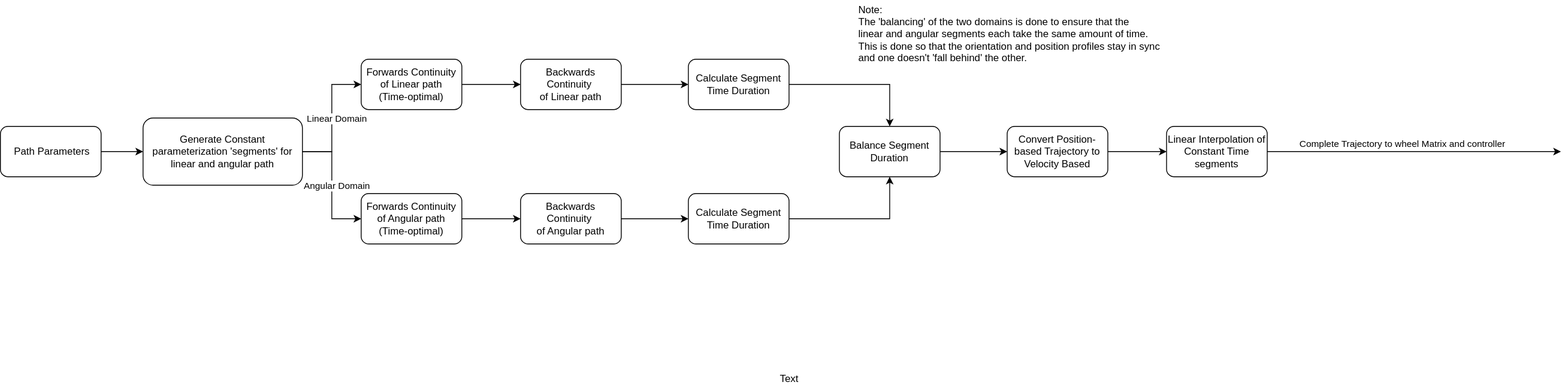
Above: docs/images/TrajectoryPlanner.svg in UBC-Thunderbots/Software (draw.io), before the change. Source tidied: cells renumbered, new cells last; positions are measured from the earlier drawing's top-left corner, leaving out a move shared by most shapes.
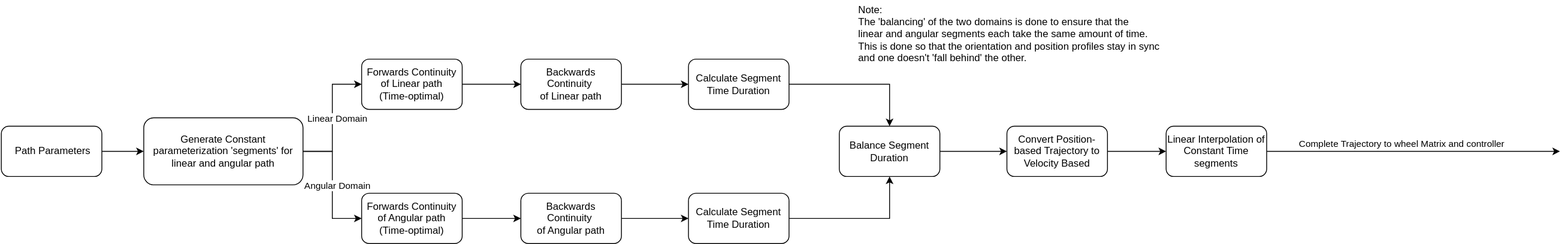
The same file after the commit.

Commit message:
Deleted Random text box

Change to the diagram source:
```diff
@@ -91,8 +91,5 @@
     <mxCell id="28" value="Note:&lt;br&gt;The 'balancing' of the two domains is done to ensure that the &lt;br&gt;linear and angular segments each take the same amount of time.&lt;br&gt;This is done so that the orientation and position profiles stay in sync&lt;br&gt;and one doesn't 'fall behind' the other." style="text;html=1;align=left;verticalAlign=middle;rotation=0;" parent="1" vertex="1">
       <mxGeometry x="1020.5" width="380" height="80" as="geometry" />
     </mxCell>
-    <mxCell id="29" value="Text" style="text;html=1;align=center;verticalAlign=middle;" parent="1" vertex="1">
-      <mxGeometry x="920" y="441" width="40" height="20" as="geometry" />
-    </mxCell>
   </root>
 </mxGraphModel>
```
